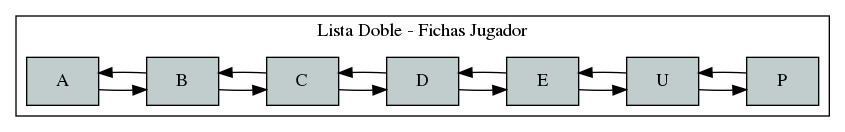
Above: EDD_1S2020_PY1_201213487/ListaDobleFichas.png in VaniaArgueta/EDD_1S2020_PY1_201213487 (Graphviz), before the change. Its source is kept beside it as EDD_1S2020_PY1_201213487/ListaDobleFichas.dot.
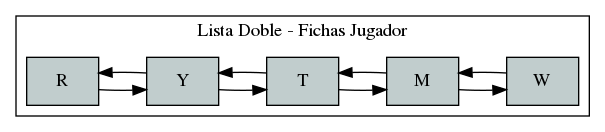
The same diagram one commit later.

Diff of the diagram source:
```diff
@@ -1,13 +1,11 @@
 digraph Grafo{ rankdir= LR
 subgraph cluster2 {
  label=" Lista Doble - Fichas Jugador ";
-node [label="A"fillcolor=azure3 style=filled  shape=rect fontcolor=black   ] 0;
-node [label="B"fillcolor=azure3 style=filled  shape=rect fontcolor=black   ] 1;
-node [label="C"fillcolor=azure3 style=filled  shape=rect fontcolor=black   ] 2;
-node [label="D"fillcolor=azure3 style=filled  shape=rect fontcolor=black   ] 3;
-node [label="E"fillcolor=azure3 style=filled  shape=rect fontcolor=black   ] 4;
-node [label="U"fillcolor=azure3 style=filled  shape=rect fontcolor=black   ] 5;
-node [label="P"fillcolor=azure3 style=filled  shape=rect fontcolor=black   ] 6;
+node [label="R"fillcolor=azure3 style=filled  shape=rect fontcolor=black   ] 0;
+node [label="Y"fillcolor=azure3 style=filled  shape=rect fontcolor=black   ] 1;
+node [label="T"fillcolor=azure3 style=filled  shape=rect fontcolor=black   ] 2;
+node [label="M"fillcolor=azure3 style=filled  shape=rect fontcolor=black   ] 3;
+node [label="W"fillcolor=azure3 style=filled  shape=rect fontcolor=black   ] 4;
 0->1;
 1->2;
 1->0;
@@ -15,9 +13,5 @@
 2->1;
 3->4;
 3->2;
-4->5;
 4->3;
-5->6;
-5->4;
-6->5;
 }}
```
